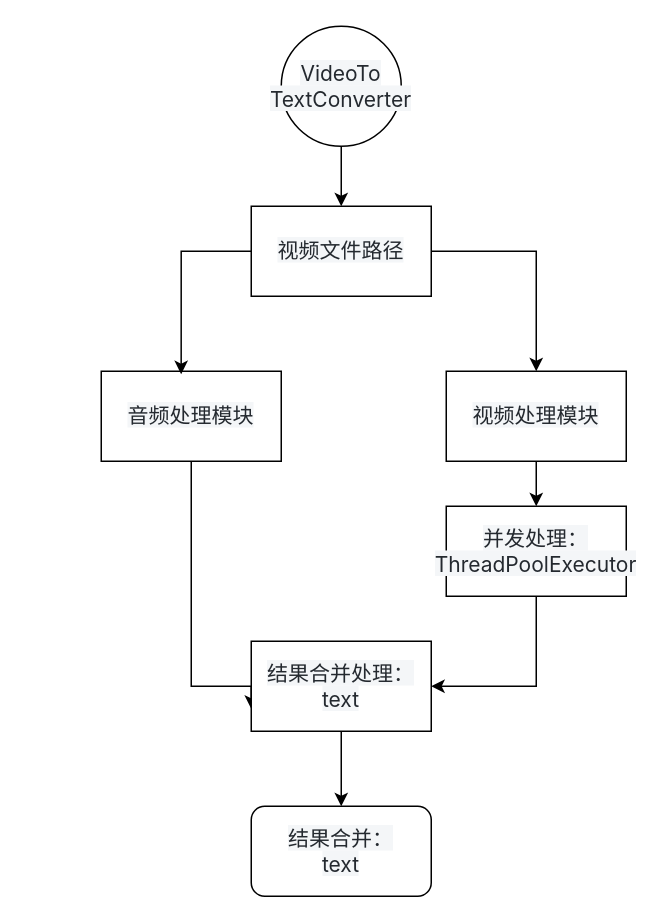
This is 未命名绘图.drawio from gjf610/my-blog, a draw.io file, before an edit. Source tidied: cells renumbered, new cells numbered last; positions are measured from the earlier drawing's top-left corner, leaving out a move shared by most shapes. Both pictures are drawn from the tidied source at 150%, with x=0, y=0 at pixel (100, 26).
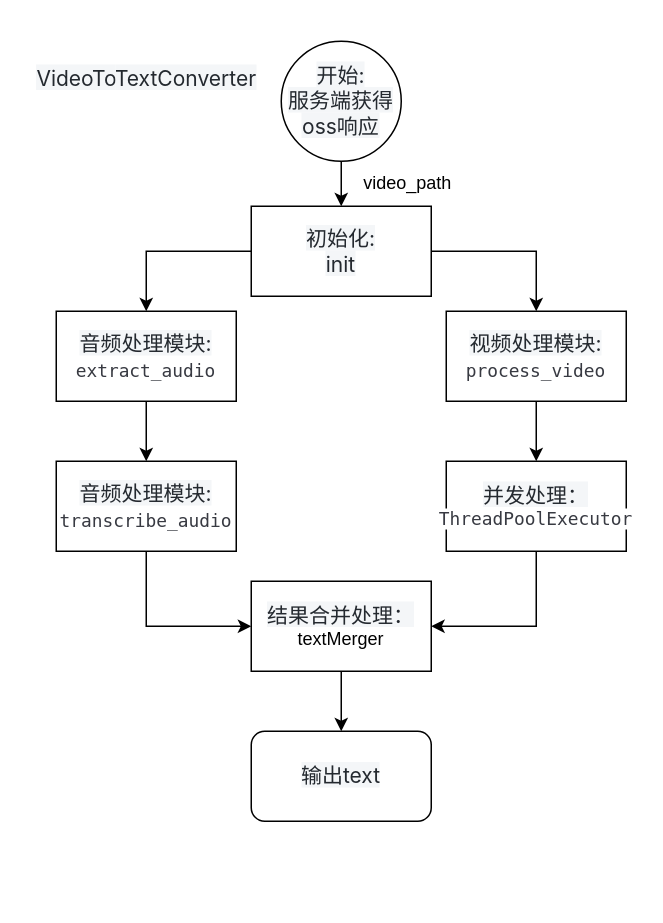
The same page after the edit.

Commit message:
更新未命名绘图.drawio

Diff of the diagram source:
```diff
@@
-    <mxCell id="3" value="&lt;span style=&quot;color: rgb(36, 41, 47); font-family: -apple-system, BlinkMacSystemFont, &amp;quot;Segoe UI&amp;quot;, &amp;quot;Noto Sans&amp;quot;, Helvetica, Arial, sans-serif, &amp;quot;Apple Color Emoji&amp;quot;, &amp;quot;Segoe UI Emoji&amp;quot;; font-size: 14px; text-align: left; white-space-collapse: preserve; background-color: rgb(244, 246, 248);&quot;&gt;VideoTo&lt;br/&gt;TextConverter&lt;/span&gt;" style="ellipse;whiteSpace=wrap;html=1;" parent="1" vertex="1">
-      <mxGeometry x="120" width="80" height="80" as="geometry" />
+    <mxCell id="3" value="&lt;font face=&quot;-apple-system, BlinkMacSystemFont, Segoe UI, Noto Sans, Helvetica, Arial, sans-serif, Apple Color Emoji, Segoe UI Emoji&quot; color=&quot;#24292f&quot;&gt;&lt;span style=&quot;font-size: 14px; white-space-collapse: preserve; background-color: rgb(244, 246, 248);&quot;&gt;开始:&lt;br&gt;服务端获得oss响应&lt;/span&gt;&lt;/font&gt;" style="ellipse;whiteSpace=wrap;html=1;" parent="1" vertex="1">
+      <mxGeometry x="120" y="10" width="80" height="80" as="geometry" />
     </mxCell>
-    <mxCell id="4" value="&lt;span style=&quot;color: rgb(36, 41, 47); font-family: -apple-system, BlinkMacSystemFont, &amp;quot;Segoe UI&amp;quot;, &amp;quot;Noto Sans&amp;quot;, Helvetica, Arial, sans-serif, &amp;quot;Apple Color Emoji&amp;quot;, &amp;quot;Segoe UI Emoji&amp;quot;; font-size: 14px; text-align: left; white-space-collapse: preserve; background-color: rgb(244, 246, 248);&quot;&gt;结果合并：&lt;br/&gt;text&lt;/span&gt;" style="whiteSpace=wrap;html=1;rounded=1;" parent="1" vertex="1">
-      <mxGeometry x="100" y="520" width="120" height="60" as="geometry" />
+    <mxCell id="4" value="&lt;div style=&quot;text-align: left;&quot;&gt;&lt;span style=&quot;background-color: rgb(244, 246, 248); font-size: 14px; white-space-collapse: preserve; color: rgb(36, 41, 47); font-family: -apple-system, BlinkMacSystemFont, &amp;quot;Segoe UI&amp;quot;, &amp;quot;Noto Sans&amp;quot;, Helvetica, Arial, sans-serif, &amp;quot;Apple Color Emoji&amp;quot;, &amp;quot;Segoe UI Emoji&amp;quot;;&quot;&gt;输出text&lt;/span&gt;&lt;/div&gt;" style="whiteSpace=wrap;html=1;rounded=1;" parent="1" vertex="1">
+      <mxGeometry x="100" y="470" width="120" height="60" as="geometry" />
     </mxCell>
-    <mxCell id="5" style="edgeStyle=orthogonalEdgeStyle;rounded=0;jettySize=auto;html=1;entryX=0;entryY=0.75;entryDx=0;entryDy=0;" parent="1" edge="1" source="6" target="14">
-      <mxGeometry relative="1" as="geometry">
-        <Array as="points">
-          <mxPoint x="60" y="440" />
-          <mxPoint x="100" y="440" />
-        </Array>
-      </mxGeometry>
-    </mxCell>
+    <mxCell id="16" style="edgeStyle=orthogonalEdgeStyle;rounded=0;jettySize=auto;html=1;entryX=0.5;entryY=0;entryDx=0;entryDy=0;" parent="1" edge="1" source="6" target="20">
+      <mxGeometry relative="1" as="geometry" />
+    </mxCell>
-    <mxCell id="6" value="&lt;span style=&quot;color: rgb(36, 41, 47); font-family: -apple-system, BlinkMacSystemFont, &amp;quot;Segoe UI&amp;quot;, &amp;quot;Noto Sans&amp;quot;, Helvetica, Arial, sans-serif, &amp;quot;Apple Color Emoji&amp;quot;, &amp;quot;Segoe UI Emoji&amp;quot;; font-size: 14px; text-align: left; white-space-collapse: preserve; background-color: rgb(244, 246, 248);&quot;&gt;音频处理模块&lt;/span&gt;" style="rounded=0;whiteSpace=wrap;html=1;" parent="1" vertex="1">
-      <mxGeometry y="230" width="120" height="60" as="geometry" />
+    <mxCell id="6" value="&lt;span style=&quot;color: rgb(36, 41, 47); font-family: -apple-system, BlinkMacSystemFont, &amp;quot;Segoe UI&amp;quot;, &amp;quot;Noto Sans&amp;quot;, Helvetica, Arial, sans-serif, &amp;quot;Apple Color Emoji&amp;quot;, &amp;quot;Segoe UI Emoji&amp;quot;; font-size: 14px; text-align: left; white-space-collapse: preserve; background-color: rgb(244, 246, 248);&quot;&gt;音频处理模块:&lt;br/&gt;&lt;/span&gt;&lt;span style=&quot;color: rgb(56, 58, 66); font-family: ui-monospace, SFMono-Regular, &amp;quot;SF Mono&amp;quot;, Menlo, Consolas, &amp;quot;Liberation Mono&amp;quot;, monospace; font-size: 11.9px; text-align: start; white-space: pre; background-color: rgb(255, 255, 255);&quot;&gt;extract_audio&lt;/span&gt;&lt;span style=&quot;color: rgb(36, 41, 47); font-family: -apple-system, BlinkMacSystemFont, &amp;quot;Segoe UI&amp;quot;, &amp;quot;Noto Sans&amp;quot;, Helvetica, Arial, sans-serif, &amp;quot;Apple Color Emoji&amp;quot;, &amp;quot;Segoe UI Emoji&amp;quot;; font-size: 14px; text-align: left; white-space-collapse: preserve; background-color: rgb(244, 246, 248);&quot;&gt;&lt;br&gt;&lt;/span&gt;" style="rounded=0;whiteSpace=wrap;html=1;" parent="1" vertex="1">
+      <mxGeometry x="-30" y="190" width="120" height="60" as="geometry" />
     </mxCell>
@@
+    <mxCell id="15" style="edgeStyle=orthogonalEdgeStyle;rounded=0;jettySize=auto;html=1;entryX=0.5;entryY=0;entryDx=0;entryDy=0;" parent="1" edge="1" source="8" target="6">
+      <mxGeometry relative="1" as="geometry" />
+    </mxCell>
-    <mxCell id="8" value="&lt;span style=&quot;color: rgb(36, 41, 47); font-family: -apple-system, BlinkMacSystemFont, &amp;quot;Segoe UI&amp;quot;, &amp;quot;Noto Sans&amp;quot;, Helvetica, Arial, sans-serif, &amp;quot;Apple Color Emoji&amp;quot;, &amp;quot;Segoe UI Emoji&amp;quot;; font-size: 14px; text-align: left; background-color: rgb(244, 246, 248);&quot;&gt;视频文件路径&lt;/span&gt;" style="rounded=0;whiteSpace=wrap;html=1;" parent="1" vertex="1">
+    <mxCell id="8" value="&lt;div style=&quot;&quot;&gt;&lt;font face=&quot;-apple-system, BlinkMacSystemFont, Segoe UI, Noto Sans, Helvetica, Arial, sans-serif, Apple Color Emoji, Segoe UI Emoji&quot; color=&quot;#24292f&quot;&gt;&lt;span style=&quot;font-size: 14px; background-color: rgb(244, 246, 248);&quot;&gt;初始化:&lt;/span&gt;&lt;/font&gt;&lt;/div&gt;&lt;div style=&quot;&quot;&gt;&lt;font face=&quot;-apple-system, BlinkMacSystemFont, Segoe UI, Noto Sans, Helvetica, Arial, sans-serif, Apple Color Emoji, Segoe UI Emoji&quot; color=&quot;#24292f&quot;&gt;&lt;span style=&quot;font-size: 14px; background-color: rgb(244, 246, 248);&quot;&gt;init&lt;/span&gt;&lt;/font&gt;&lt;/div&gt;" style="rounded=0;whiteSpace=wrap;html=1;align=center;" parent="1" vertex="1">
       <mxGeometry x="100" y="120" width="120" height="60" as="geometry" />
     </mxCell>
-    <mxCell id="9" style="edgeStyle=orthogonalEdgeStyle;rounded=0;jettySize=auto;html=1;entryX=1;entryY=0.5;entryDx=0;entryDy=0;" parent="1" edge="1" target="14">
-      <mxGeometry relative="1" as="geometry">
-        <mxPoint x="310" y="350" as="sourcePoint" />
-        <Array as="points">
-          <mxPoint x="310" y="351" />
-          <mxPoint x="290" y="351" />
-          <mxPoint x="290" y="440" />
-        </Array>
-      </mxGeometry>
-    </mxCell>
+    <mxCell id="17" style="edgeStyle=orthogonalEdgeStyle;rounded=0;jettySize=auto;html=1;exitX=0.5;exitY=1;exitDx=0;exitDy=0;entryX=1;entryY=0.5;entryDx=0;entryDy=0;" parent="1" edge="1" source="10" target="14">
+      <mxGeometry relative="1" as="geometry" />
+    </mxCell>
-    <mxCell id="10" value="&lt;span style=&quot;white-space-collapse: preserve; color: rgb(36, 41, 47); font-family: -apple-system, BlinkMacSystemFont, &amp;quot;Segoe UI&amp;quot;, &amp;quot;Noto Sans&amp;quot;, Helvetica, Arial, sans-serif, &amp;quot;Apple Color Emoji&amp;quot;, &amp;quot;Segoe UI Emoji&amp;quot;; font-size: 14px; text-align: left; background-color: rgb(244, 246, 248);&quot;&gt;并发处理：&lt;br&gt;&lt;/span&gt;&lt;span style=&quot;color: rgb(36, 41, 47); font-family: -apple-system, BlinkMacSystemFont, &amp;quot;Segoe UI&amp;quot;, &amp;quot;Noto Sans&amp;quot;, Helvetica, Arial, sans-serif, &amp;quot;Apple Color Emoji&amp;quot;, &amp;quot;Segoe UI Emoji&amp;quot;; font-size: 14px; text-align: left; background-color: rgb(244, 246, 248);&quot;&gt;ThreadPoolExecutor&lt;/span&gt;" style="rounded=0;whiteSpace=wrap;html=1;" parent="1" vertex="1">
-      <mxGeometry x="230" y="320" width="120" height="60" as="geometry" />
+    <mxCell id="10" value="&lt;span style=&quot;white-space-collapse: preserve; color: rgb(36, 41, 47); font-family: -apple-system, BlinkMacSystemFont, &amp;quot;Segoe UI&amp;quot;, &amp;quot;Noto Sans&amp;quot;, Helvetica, Arial, sans-serif, &amp;quot;Apple Color Emoji&amp;quot;, &amp;quot;Segoe UI Emoji&amp;quot;; font-size: 14px; text-align: left; background-color: rgb(244, 246, 248);&quot;&gt;并发处理：&lt;br&gt;&lt;/span&gt;&lt;span style=&quot;color: rgb(56, 58, 66); font-family: ui-monospace, SFMono-Regular, &amp;quot;SF Mono&amp;quot;, Menlo, Consolas, &amp;quot;Liberation Mono&amp;quot;, monospace; font-size: 11.9px; text-align: start; white-space: pre; background-color: rgb(255, 255, 255);&quot;&gt;ThreadPoolExecutor&lt;/span&gt;" style="rounded=0;whiteSpace=wrap;html=1;" parent="1" vertex="1">
+      <mxGeometry x="230" y="290" width="120" height="60" as="geometry" />
     </mxCell>
@@
-    <mxCell id="12" value="&lt;span style=&quot;color: rgb(36, 41, 47); font-family: -apple-system, BlinkMacSystemFont, &amp;quot;Segoe UI&amp;quot;, &amp;quot;Noto Sans&amp;quot;, Helvetica, Arial, sans-serif, &amp;quot;Apple Color Emoji&amp;quot;, &amp;quot;Segoe UI Emoji&amp;quot;; font-size: 14px; text-align: left; white-space-collapse: preserve; background-color: rgb(244, 246, 248);&quot;&gt;视频处理模块&lt;/span&gt;" style="rounded=0;whiteSpace=wrap;html=1;" parent="1" vertex="1">
-      <mxGeometry x="230" y="230" width="120" height="60" as="geometry" />
+    <mxCell id="12" value="&lt;span style=&quot;color: rgb(36, 41, 47); font-family: -apple-system, BlinkMacSystemFont, &amp;quot;Segoe UI&amp;quot;, &amp;quot;Noto Sans&amp;quot;, Helvetica, Arial, sans-serif, &amp;quot;Apple Color Emoji&amp;quot;, &amp;quot;Segoe UI Emoji&amp;quot;; font-size: 14px; text-align: left; white-space-collapse: preserve; background-color: rgb(244, 246, 248);&quot;&gt;视频处理模块:&lt;/span&gt;&lt;div&gt;&lt;span style=&quot;color: rgb(56, 58, 66); font-family: ui-monospace, SFMono-Regular, &amp;quot;SF Mono&amp;quot;, Menlo, Consolas, &amp;quot;Liberation Mono&amp;quot;, monospace; font-size: 11.9px; text-align: start; white-space: pre; background-color: rgb(255, 255, 255);&quot;&gt;process_video&lt;/span&gt;&lt;span style=&quot;color: rgb(36, 41, 47); font-family: -apple-system, BlinkMacSystemFont, &amp;quot;Segoe UI&amp;quot;, &amp;quot;Noto Sans&amp;quot;, Helvetica, Arial, sans-serif, &amp;quot;Apple Color Emoji&amp;quot;, &amp;quot;Segoe UI Emoji&amp;quot;; font-size: 14px; text-align: left; white-space-collapse: preserve; background-color: rgb(244, 246, 248);&quot;&gt;&lt;br&gt;&lt;/span&gt;&lt;/div&gt;" style="rounded=0;whiteSpace=wrap;html=1;" parent="1" vertex="1">
+      <mxGeometry x="230" y="190" width="120" height="60" as="geometry" />
     </mxCell>
@@
-    <mxCell id="14" value="&lt;span style=&quot;color: rgb(36, 41, 47); font-family: -apple-system, BlinkMacSystemFont, &amp;quot;Segoe UI&amp;quot;, &amp;quot;Noto Sans&amp;quot;, Helvetica, Arial, sans-serif, &amp;quot;Apple Color Emoji&amp;quot;, &amp;quot;Segoe UI Emoji&amp;quot;; font-size: 14px; text-align: left; white-space-collapse: preserve; background-color: rgb(244, 246, 248);&quot;&gt;结果合并处理：&lt;/span&gt;&lt;br style=&quot;color: rgb(36, 41, 47); font-family: -apple-system, BlinkMacSystemFont, &amp;quot;Segoe UI&amp;quot;, &amp;quot;Noto Sans&amp;quot;, Helvetica, Arial, sans-serif, &amp;quot;Apple Color Emoji&amp;quot;, &amp;quot;Segoe UI Emoji&amp;quot;; font-size: 14px; text-align: left; white-space-collapse: preserve;&quot;&gt;&lt;span style=&quot;color: rgb(36, 41, 47); font-family: -apple-system, BlinkMacSystemFont, &amp;quot;Segoe UI&amp;quot;, &amp;quot;Noto Sans&amp;quot;, Helvetica, Arial, sans-serif, &amp;quot;Apple Color Emoji&amp;quot;, &amp;quot;Segoe UI Emoji&amp;quot;; font-size: 14px; text-align: left; white-space-collapse: preserve; background-color: rgb(244, 246, 248);&quot;&gt;text&lt;/span&gt;" style="rounded=0;whiteSpace=wrap;html=1;" parent="1" vertex="1">
-      <mxGeometry x="100" y="410" width="120" height="60" as="geometry" />
+    <mxCell id="14" value="&lt;span style=&quot;color: rgb(36, 41, 47); font-family: -apple-system, BlinkMacSystemFont, &amp;quot;Segoe UI&amp;quot;, &amp;quot;Noto Sans&amp;quot;, Helvetica, Arial, sans-serif, &amp;quot;Apple Color Emoji&amp;quot;, &amp;quot;Segoe UI Emoji&amp;quot;; font-size: 14px; text-align: left; white-space-collapse: preserve; background-color: rgb(244, 246, 248);&quot;&gt;结果合并处理：&lt;br&gt;&lt;/span&gt;textMerger" style="rounded=0;whiteSpace=wrap;html=1;" parent="1" vertex="1">
+      <mxGeometry x="100" y="370" width="120" height="60" as="geometry" />
     </mxCell>
-    <mxCell id="15" style="edgeStyle=orthogonalEdgeStyle;rounded=0;jettySize=auto;html=1;entryX=0.444;entryY=0.033;entryDx=0;entryDy=0;entryPerimeter=0;" parent="1" edge="1" source="8" target="6">
-      <mxGeometry relative="1" as="geometry">
-        <Array as="points">
-          <mxPoint x="53" y="150" />
-        </Array>
-      </mxGeometry>
-    </mxCell>
+    <mxCell id="18" value="&lt;span style=&quot;color: rgb(36, 41, 47); font-family: -apple-system, BlinkMacSystemFont, &amp;quot;Segoe UI&amp;quot;, &amp;quot;Noto Sans&amp;quot;, Helvetica, Arial, sans-serif, &amp;quot;Apple Color Emoji&amp;quot;, &amp;quot;Segoe UI Emoji&amp;quot;; font-size: 14px; text-align: left; white-space: pre-wrap; background-color: rgb(244, 246, 248);&quot;&gt;VideoTo&lt;/span&gt;&lt;span style=&quot;color: rgb(36, 41, 47); font-family: -apple-system, BlinkMacSystemFont, &amp;quot;Segoe UI&amp;quot;, &amp;quot;Noto Sans&amp;quot;, Helvetica, Arial, sans-serif, &amp;quot;Apple Color Emoji&amp;quot;, &amp;quot;Segoe UI Emoji&amp;quot;; font-size: 14px; text-align: left; white-space: pre-wrap; background-color: rgb(244, 246, 248);&quot;&gt;TextConverter&lt;/span&gt;" style="text;html=1;align=center;verticalAlign=middle;strokeColor=none;fillColor=none;" parent="1" vertex="1">
+      <mxGeometry x="-50" y="20" width="160" height="30" as="geometry" />
+    </mxCell>
+    <mxCell id="19" style="edgeStyle=orthogonalEdgeStyle;rounded=0;jettySize=auto;html=1;entryX=0;entryY=0.5;entryDx=0;entryDy=0;" parent="1" edge="1" source="20" target="14">
+      <mxGeometry relative="1" as="geometry">
+        <Array as="points">
+          <mxPoint x="30" y="400" />
+        </Array>
+      </mxGeometry>
+    </mxCell>
+    <mxCell id="20" value="&lt;span style=&quot;color: rgb(36, 41, 47); font-family: -apple-system, BlinkMacSystemFont, &amp;quot;Segoe UI&amp;quot;, &amp;quot;Noto Sans&amp;quot;, Helvetica, Arial, sans-serif, &amp;quot;Apple Color Emoji&amp;quot;, &amp;quot;Segoe UI Emoji&amp;quot;; font-size: 14px; text-align: left; white-space-collapse: preserve; background-color: rgb(244, 246, 248);&quot;&gt;音频处理模块:&lt;br&gt;&lt;/span&gt;&lt;span style=&quot;color: rgb(56, 58, 66); font-family: ui-monospace, SFMono-Regular, &amp;quot;SF Mono&amp;quot;, Menlo, Consolas, &amp;quot;Liberation Mono&amp;quot;, monospace; font-size: 11.9px; text-align: start; white-space: pre; background-color: rgb(255, 255, 255);&quot;&gt;transcribe_audio&lt;/span&gt;&lt;span style=&quot;color: rgb(36, 41, 47); font-family: -apple-system, BlinkMacSystemFont, &amp;quot;Segoe UI&amp;quot;, &amp;quot;Noto Sans&amp;quot;, Helvetica, Arial, sans-serif, &amp;quot;Apple Color Emoji&amp;quot;, &amp;quot;Segoe UI Emoji&amp;quot;; font-size: 14px; text-align: left; white-space-collapse: preserve; background-color: rgb(244, 246, 248);&quot;&gt;&lt;br&gt;&lt;/span&gt;" style="rounded=0;whiteSpace=wrap;html=1;" parent="1" vertex="1">
+      <mxGeometry x="-30" y="290" width="120" height="60" as="geometry" />
+    </mxCell>
+    <mxCell id="21" value="video_path" style="text;html=1;align=center;verticalAlign=middle;strokeColor=none;fillColor=none;" parent="1" vertex="1">
+      <mxGeometry x="164" y="90" width="80" height="30" as="geometry" />
+    </mxCell>
```
